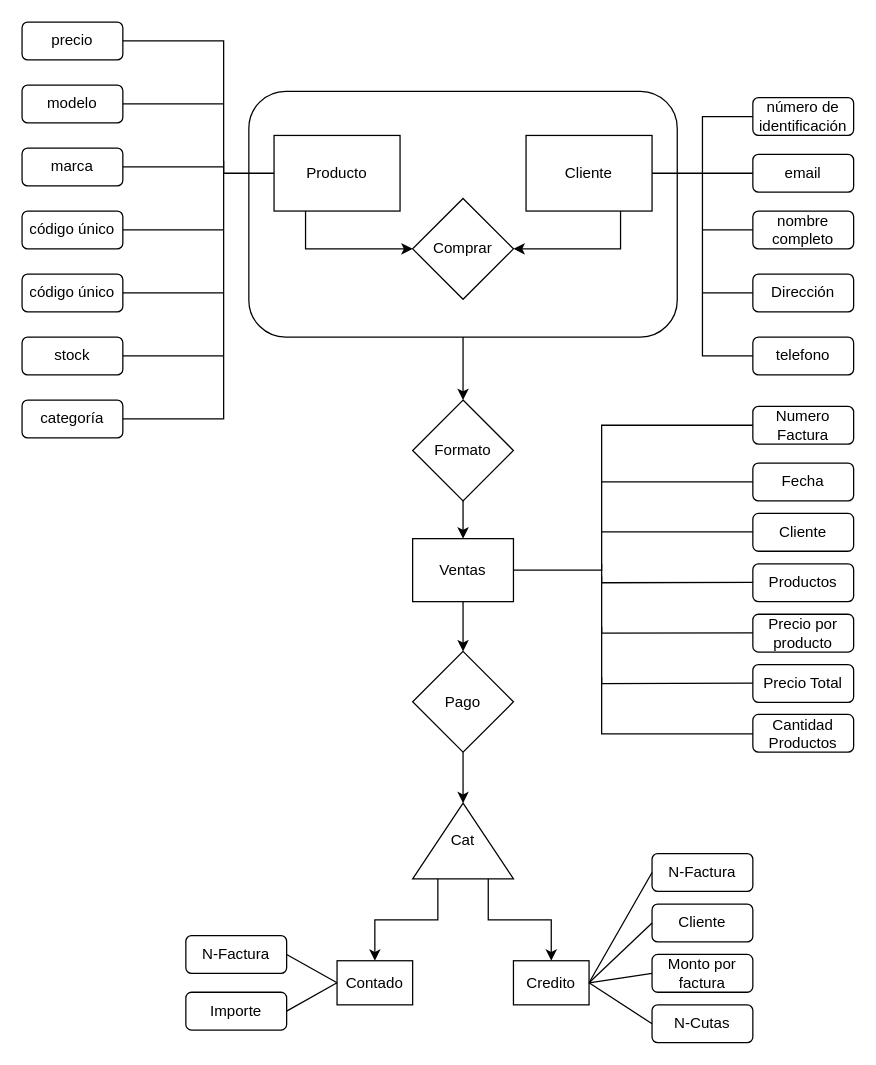
Above: Ejercicio 2 -  Tienda de Electrodomésticos/Diagrama MER.drawio in baa4ts/Tareas (draw.io), before the change. Source tidied: cells renumbered, new cells numbered last; positions are measured from the earlier drawing's top-left corner, leaving out a move shared by most shapes. Both pictures are drawn from the tidied source at 126%, with x=0, y=0 at pixel (21, 21).
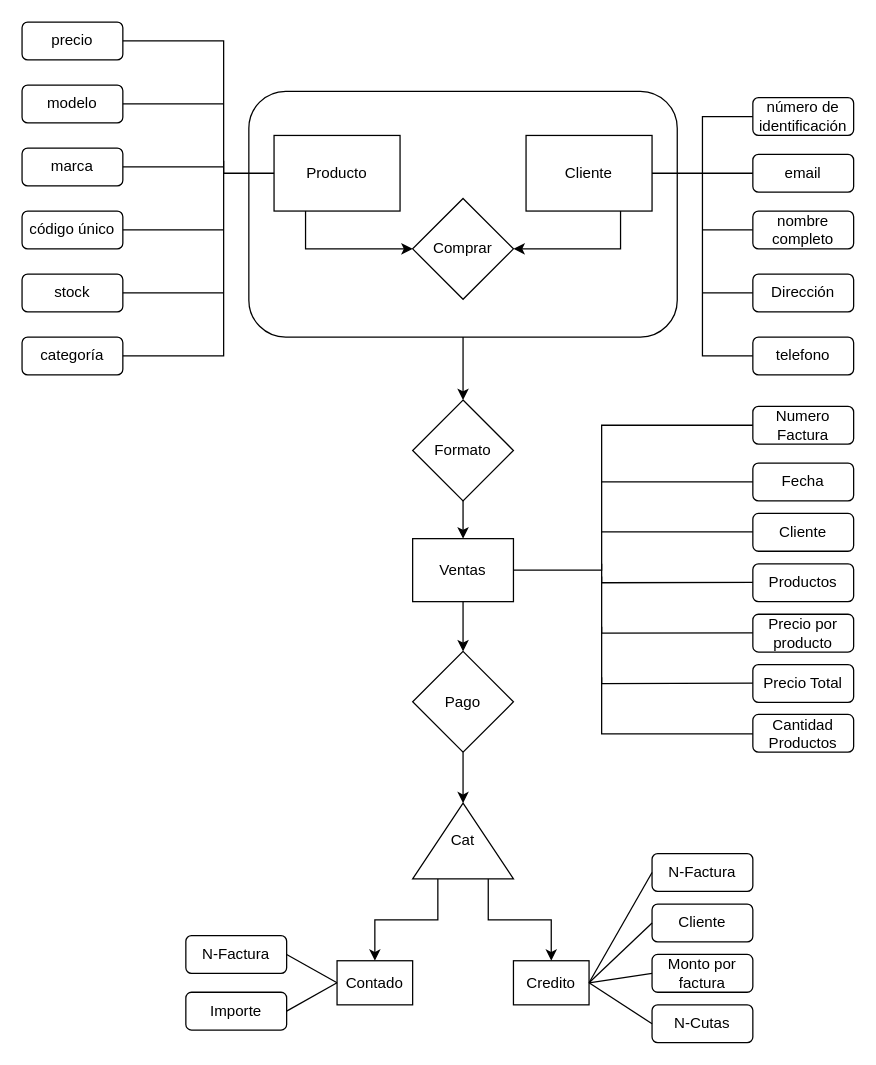
The same page after the edit.

Diff of the diagram source:
```diff
@@
-    <mxCell id="6" value="código único" style="rounded=1;whiteSpace=wrap;html=1;" parent="1" vertex="1">
-      <mxGeometry y="200" width="80" height="30" as="geometry" />
-    </mxCell>
@@
     <mxCell id="11" value="stock" style="rounded=1;whiteSpace=wrap;html=1;" parent="1" vertex="1">
-      <mxGeometry y="250" width="80" height="30" as="geometry" />
+      <mxGeometry y="200" width="80" height="30" as="geometry" />
     </mxCell>
     <mxCell id="12" value="categoría" style="rounded=1;whiteSpace=wrap;html=1;" parent="1" vertex="1">
-      <mxGeometry y="300" width="80" height="30" as="geometry" />
+      <mxGeometry y="250" width="80" height="30" as="geometry" />
     </mxCell>
@@
     <mxCell id="53" style="endArrow=none;html=1;rounded=0;exitX=1;exitY=0.5;exitDx=0;exitDy=0;" parent="1" edge="1" source="12">
       <mxGeometry relative="1" as="geometry">
         <mxPoint x="160" y="110" as="targetPoint" />
         <Array as="points">
-          <mxPoint x="160" y="315" />
+          <mxPoint x="160" y="265" />
         </Array>
       </mxGeometry>
     </mxCell>
@@
-    <mxCell id="56" style="endArrow=none;html=1;rounded=0;exitX=1;exitY=0.5;exitDx=0;exitDy=0;" parent="1" edge="1" source="6">
+    <mxCell id="56" style="endArrow=none;html=1;rounded=0;exitX=1;exitY=0.5;exitDx=0;exitDy=0;" parent="1" edge="1">
       <mxGeometry relative="1" as="geometry">
+        <mxPoint x="80" y="215" as="sourcePoint" />
         <mxPoint x="160" y="215" as="targetPoint" />
       </mxGeometry>
     </mxCell>
-    <mxCell id="57" style="endArrow=none;html=1;rounded=0;exitX=1;exitY=0.5;exitDx=0;exitDy=0;" parent="1" edge="1" source="11">
-      <mxGeometry relative="1" as="geometry">
-        <mxPoint x="160" y="265" as="targetPoint" />
-      </mxGeometry>
-    </mxCell>
```
